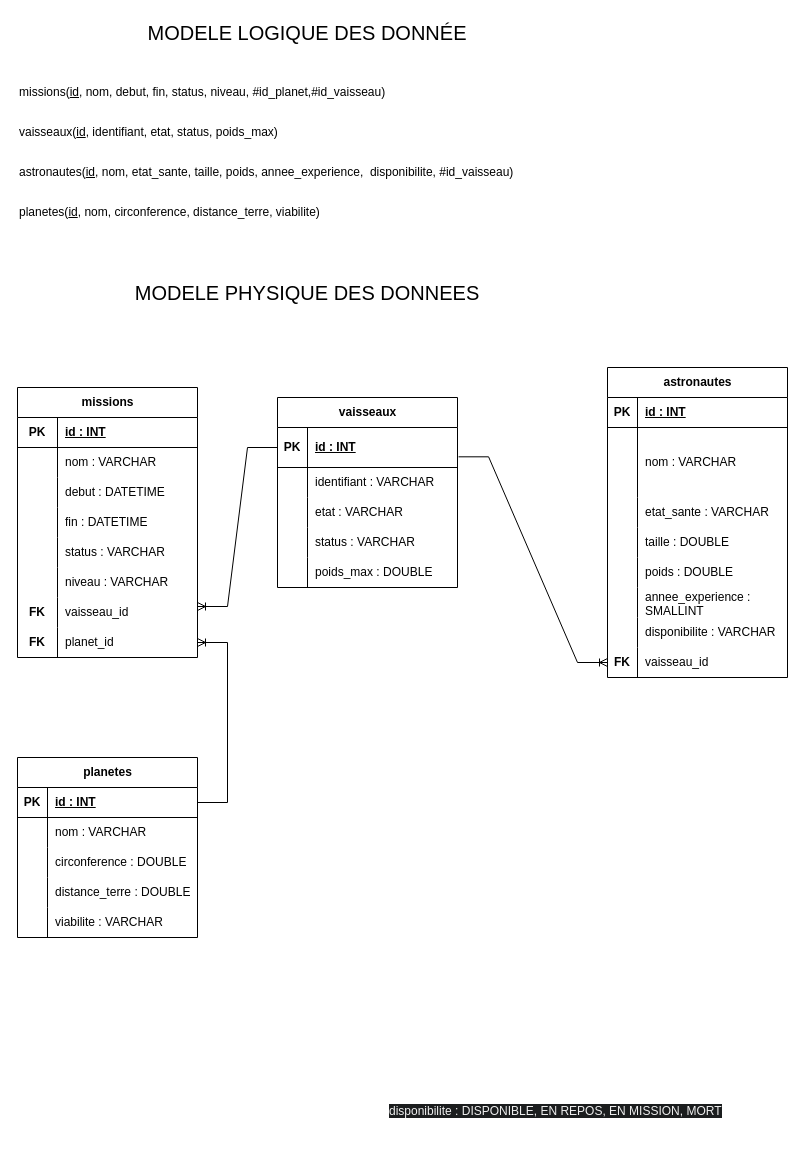
josoa-ramaroson/SAYNA-SQLPHP-SPACEODYSSEY keeps this draw.io diagram as conception/MLD et MPD.drawio. Above is the earlier version. Source tidied: cells renumbered, new cells numbered last; positions are measured from the earlier drawing's top-left corner, leaving out a move shared by most shapes. Both pictures are drawn from the tidied source at 100%, with x=0, y=0 at pixel (17, 17).
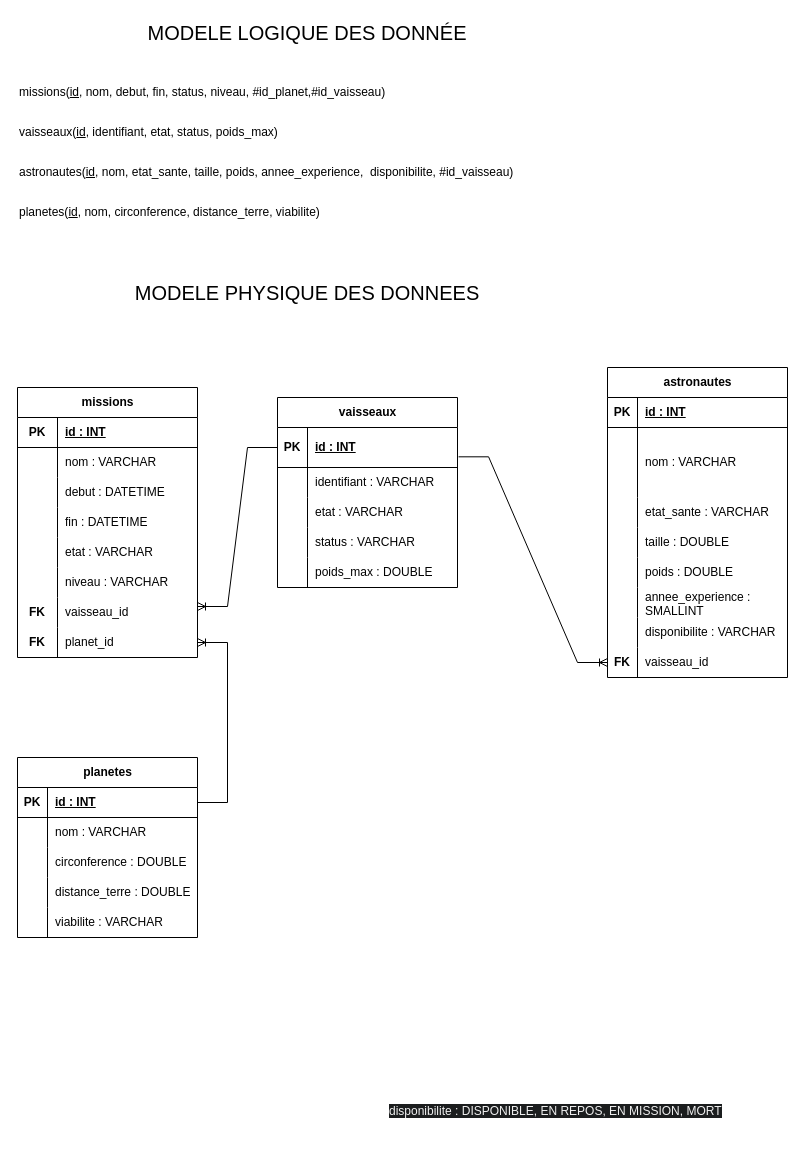
The same page after the edit.

The change refers to these unchanged cells:
```xml
<mxCell id="20" style="shape=tableRow;horizontal=0;startSize=0;swimlaneHead=0;swimlaneBody=0;fillColor=none;top=0;left=0;right=0;bottom=0;" parent="7" vertex="1">
  <mxGeometry y="150" width="180" height="30" as="geometry" />
</mxCell>
```

What changed in the source:
```diff
@@
-    <mxCell id="22" value="status : VARCHAR" style="shape=partialRectangle;fillColor=none;top=0;left=0;bottom=0;right=0;align=left;spacingLeft=6;overflow=hidden;whiteSpace=wrap;html=1;" parent="20" vertex="1">
+    <mxCell id="22" value="etat : VARCHAR" style="shape=partialRectangle;fillColor=none;top=0;left=0;bottom=0;right=0;align=left;spacingLeft=6;overflow=hidden;whiteSpace=wrap;html=1;" parent="20" vertex="1">
       <mxGeometry x="40" width="140" height="30" as="geometry" />
     </mxCell>
```
